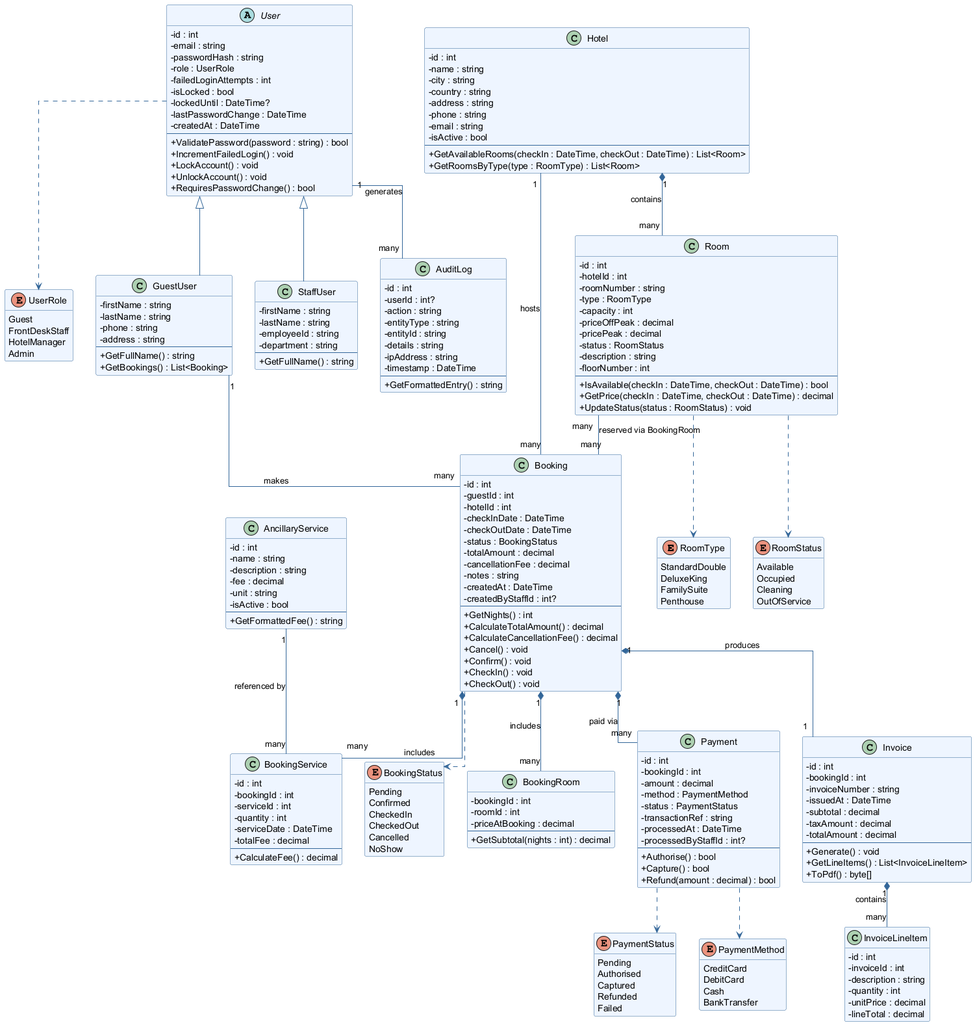
Before: docs/diagrams/HMS_ClassDiagram.png, a diagram exported from PlantUML (NewGate110/Hotel_Management_System).
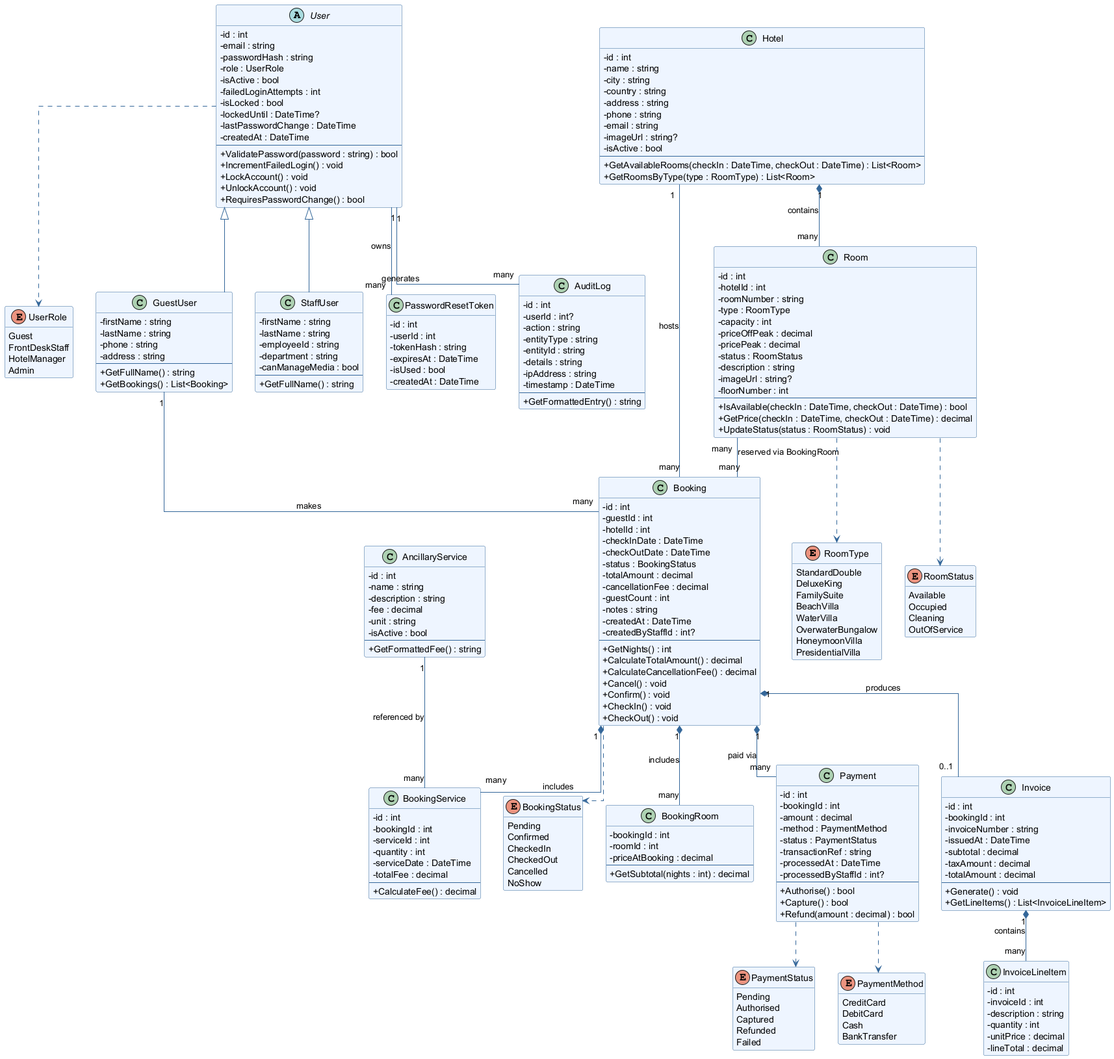
Above is the later version.

What changed in the source:
```diff
@@ -18,7 +18,11 @@
   StandardDouble
   DeluxeKing
   FamilySuite
-  Penthouse
+  BeachVilla
+  WaterVilla
+  OverwaterBungalow
+  HoneymoonVilla
+  PresidentialVilla
 }
 
 enum RoomStatus {
@@ -65,6 +69,7 @@
   - email : string
   - passwordHash : string
   - role : UserRole
+  - isActive : bool
   - failedLoginAttempts : int
   - isLocked : bool
   - lockedUntil : DateTime?
@@ -93,12 +98,23 @@
   - lastName : string
   - employeeId : string
   - department : string
+  - canManageMedia : bool
   --
   + GetFullName() : string
 }
 
+class PasswordResetToken {
+  - id : int
+  - userId : int
+  - tokenHash : string
+  - expiresAt : DateTime
+  - isUsed : bool
+  - createdAt : DateTime
+}
+
 User <|-- GuestUser
 User <|-- StaffUser
+User "1" -- "many" PasswordResetToken : owns
 
 
 class Hotel {
@@ -109,6 +125,7 @@
   - address : string
   - phone : string
   - email : string
+  - imageUrl : string?
   - isActive : bool
   --
   + GetAvailableRooms(checkIn : DateTime, checkOut : DateTime) : List<Room>
@@ -125,6 +142,7 @@
   - pricePeak : decimal
   - status : RoomStatus
   - description : string
+  - imageUrl : string?
   - floorNumber : int
   --
   + IsAvailable(checkIn : DateTime, checkOut : DateTime) : bool
@@ -144,6 +162,7 @@
   - status : BookingStatus
   - totalAmount : decimal
   - cancellationFee : decimal
+  - guestCount : int
   - notes : string
   - createdAt : DateTime
   - createdByStaffId : int?
@@ -223,7 +242,6 @@
   --
   + Generate() : void
   + GetLineItems() : List<InvoiceLineItem>
-  + ToPdf() : byte[]
 }
 
 class InvoiceLineItem {
@@ -236,7 +254,7 @@
 }
 
 Booking "1" *-- "many" Payment : paid via
-Booking "1" *-- "1" Invoice : produces
+Booking "1" *-- "0..1" Invoice : produces
 Invoice "1" *-- "many" InvoiceLineItem : contains
 
 
```
